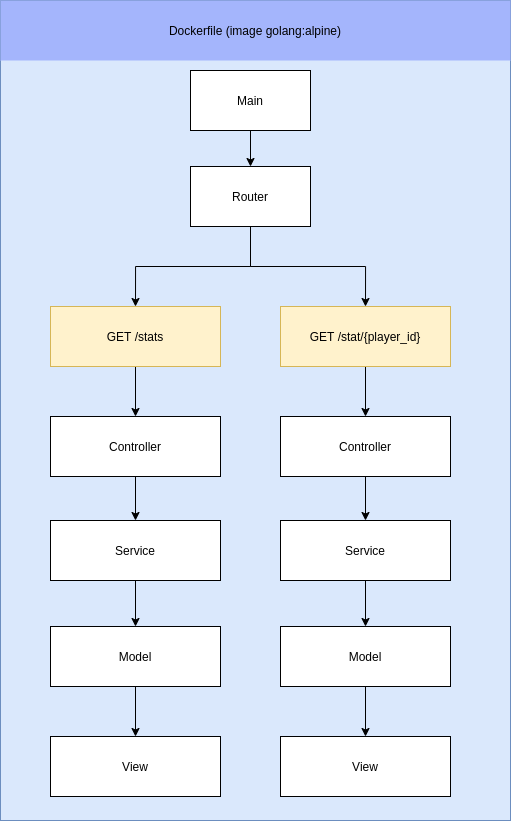
The draw.io diagram docs/code_archi.png in HETIC-MT-P2021/GO-STATS, before a commit. Source tidied: cells renumbered, new cells last; positions are measured from the earlier drawing's top-left corner, leaving out a move shared by most shapes. Its diagram source:
```xml
<mxGraphModel>
  <root>
    <mxCell id="0" />
    <mxCell id="1" parent="0" />
    <mxCell id="2" style="rounded=0;whiteSpace=wrap;html=1;fillColor=#dae8fc;strokeColor=#6c8ebf;" parent="1" vertex="1">
      <mxGeometry width="510" height="820" as="geometry" />
    </mxCell>
    <mxCell id="3" style="edgeStyle=orthogonalEdgeStyle;rounded=0;jettySize=auto;html=1;exitX=0.5;exitY=1;exitDx=0;exitDy=0;entryX=0.5;entryY=0;entryDx=0;entryDy=0;" parent="1" edge="1" source="4" target="9">
      <mxGeometry relative="1" as="geometry" />
    </mxCell>
    <mxCell id="4" value="Controller" style="rounded=0;whiteSpace=wrap;html=1;" parent="1" vertex="1">
      <mxGeometry x="50" y="416" width="170" height="60" as="geometry" />
    </mxCell>
    <mxCell id="5" style="edgeStyle=orthogonalEdgeStyle;rounded=0;jettySize=auto;html=1;exitX=0.5;exitY=1;exitDx=0;exitDy=0;entryX=0.5;entryY=0;entryDx=0;entryDy=0;" parent="1" edge="1" source="6" target="7">
      <mxGeometry relative="1" as="geometry" />
    </mxCell>
    <mxCell id="6" value="Model" style="rounded=0;whiteSpace=wrap;html=1;" parent="1" vertex="1">
      <mxGeometry x="50" y="626" width="170" height="60" as="geometry" />
    </mxCell>
    <mxCell id="7" value="View" style="rounded=0;whiteSpace=wrap;html=1;" parent="1" vertex="1">
      <mxGeometry x="50" y="736" width="170" height="60" as="geometry" />
    </mxCell>
    <mxCell id="8" style="edgeStyle=orthogonalEdgeStyle;rounded=0;jettySize=auto;html=1;exitX=0.5;exitY=1;exitDx=0;exitDy=0;entryX=0.5;entryY=0;entryDx=0;entryDy=0;" parent="1" edge="1" source="9" target="6">
      <mxGeometry relative="1" as="geometry" />
    </mxCell>
    <mxCell id="9" value="Service" style="rounded=0;whiteSpace=wrap;html=1;" parent="1" vertex="1">
      <mxGeometry x="50" y="520" width="170" height="60" as="geometry" />
    </mxCell>
    <mxCell id="10" style="edgeStyle=orthogonalEdgeStyle;rounded=0;jettySize=auto;html=1;exitX=0.5;exitY=1;exitDx=0;exitDy=0;entryX=0.5;entryY=0;entryDx=0;entryDy=0;" parent="1" edge="1" source="12" target="16">
      <mxGeometry relative="1" as="geometry" />
    </mxCell>
    <mxCell id="11" style="edgeStyle=orthogonalEdgeStyle;rounded=0;jettySize=auto;html=1;exitX=0.5;exitY=1;exitDx=0;exitDy=0;entryX=0.5;entryY=0;entryDx=0;entryDy=0;" parent="1" edge="1" source="12" target="14">
      <mxGeometry relative="1" as="geometry" />
    </mxCell>
    <mxCell id="12" value="Router" style="rounded=0;whiteSpace=wrap;html=1;" parent="1" vertex="1">
      <mxGeometry x="190" y="166" width="120" height="60" as="geometry" />
    </mxCell>
    <mxCell id="13" style="edgeStyle=orthogonalEdgeStyle;rounded=0;jettySize=auto;html=1;exitX=0.5;exitY=1;exitDx=0;exitDy=0;entryX=0.5;entryY=0;entryDx=0;entryDy=0;" parent="1" edge="1" source="14" target="18">
      <mxGeometry relative="1" as="geometry" />
    </mxCell>
    <mxCell id="14" value="GET /stat/{player_id}" style="rounded=0;whiteSpace=wrap;html=1;fillColor=#fff2cc;strokeColor=#d6b656;" parent="1" vertex="1">
      <mxGeometry x="280" y="306" width="170" height="60" as="geometry" />
    </mxCell>
    <mxCell id="15" style="edgeStyle=orthogonalEdgeStyle;rounded=0;jettySize=auto;html=1;exitX=0.5;exitY=1;exitDx=0;exitDy=0;entryX=0.5;entryY=0;entryDx=0;entryDy=0;" parent="1" edge="1" source="16" target="4">
      <mxGeometry relative="1" as="geometry" />
    </mxCell>
    <mxCell id="16" value="GET /stats" style="rounded=0;whiteSpace=wrap;html=1;fillColor=#fff2cc;strokeColor=#d6b656;" parent="1" vertex="1">
      <mxGeometry x="50" y="306" width="170" height="60" as="geometry" />
    </mxCell>
    <mxCell id="17" style="edgeStyle=orthogonalEdgeStyle;rounded=0;jettySize=auto;html=1;exitX=0.5;exitY=1;exitDx=0;exitDy=0;entryX=0.5;entryY=0;entryDx=0;entryDy=0;" parent="1" edge="1" source="18" target="23">
      <mxGeometry relative="1" as="geometry" />
    </mxCell>
    <mxCell id="18" value="Controller" style="rounded=0;whiteSpace=wrap;html=1;" parent="1" vertex="1">
      <mxGeometry x="280" y="416" width="170" height="60" as="geometry" />
    </mxCell>
    <mxCell id="19" style="edgeStyle=orthogonalEdgeStyle;rounded=0;jettySize=auto;html=1;exitX=0.5;exitY=1;exitDx=0;exitDy=0;entryX=0.5;entryY=0;entryDx=0;entryDy=0;" parent="1" edge="1" source="20" target="21">
      <mxGeometry relative="1" as="geometry" />
    </mxCell>
    <mxCell id="20" value="Model" style="rounded=0;whiteSpace=wrap;html=1;" parent="1" vertex="1">
      <mxGeometry x="280" y="626" width="170" height="60" as="geometry" />
    </mxCell>
    <mxCell id="21" value="View" style="rounded=0;whiteSpace=wrap;html=1;" parent="1" vertex="1">
      <mxGeometry x="280" y="736" width="170" height="60" as="geometry" />
    </mxCell>
    <mxCell id="22" style="edgeStyle=orthogonalEdgeStyle;rounded=0;jettySize=auto;html=1;exitX=0.5;exitY=1;exitDx=0;exitDy=0;entryX=0.5;entryY=0;entryDx=0;entryDy=0;" parent="1" edge="1" source="23" target="20">
      <mxGeometry relative="1" as="geometry" />
    </mxCell>
    <mxCell id="23" value="Service" style="rounded=0;whiteSpace=wrap;html=1;" parent="1" vertex="1">
      <mxGeometry x="280" y="520" width="170" height="60" as="geometry" />
    </mxCell>
    <mxCell id="24" value="Dockerfile (image golang:alpine)" style="rounded=0;whiteSpace=wrap;html=1;strokeColor=none;fillColor=#A4B5FC;" parent="1" vertex="1">
      <mxGeometry width="510" height="60" as="geometry" />
    </mxCell>
    <mxCell id="25" style="edgeStyle=orthogonalEdgeStyle;rounded=0;jettySize=auto;html=1;exitX=0.5;exitY=1;exitDx=0;exitDy=0;entryX=0.5;entryY=0;entryDx=0;entryDy=0;" parent="1" edge="1" source="26" target="12">
      <mxGeometry relative="1" as="geometry" />
    </mxCell>
    <mxCell id="26" value="Main" style="rounded=0;whiteSpace=wrap;html=1;" parent="1" vertex="1">
      <mxGeometry x="190" y="70" width="120" height="60" as="geometry" />
    </mxCell>
  </root>
</mxGraphModel>
```
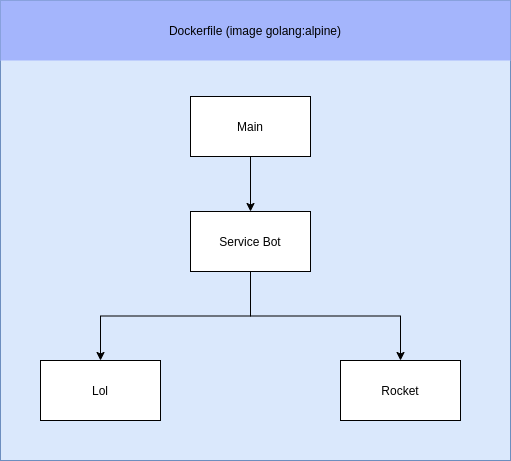
The same file after the commit.

Commit message:
fix: 403 error with connexion

Change to the diagram source:
```diff
@@ -3,79 +3,31 @@
     <mxCell id="0" />
     <mxCell id="1" parent="0" />
     <mxCell id="2" style="rounded=0;whiteSpace=wrap;html=1;fillColor=#dae8fc;strokeColor=#6c8ebf;" parent="1" vertex="1">
-      <mxGeometry width="510" height="820" as="geometry" />
+      <mxGeometry width="510" height="460" as="geometry" />
     </mxCell>
-    <mxCell id="3" style="edgeStyle=orthogonalEdgeStyle;rounded=0;jettySize=auto;html=1;exitX=0.5;exitY=1;exitDx=0;exitDy=0;entryX=0.5;entryY=0;entryDx=0;entryDy=0;" parent="1" edge="1" source="4" target="9">
-      <mxGeometry relative="1" as="geometry" />
-    </mxCell>
-    <mxCell id="4" value="Controller" style="rounded=0;whiteSpace=wrap;html=1;" parent="1" vertex="1">
-      <mxGeometry x="50" y="416" width="170" height="60" as="geometry" />
-    </mxCell>
-    <mxCell id="5" style="edgeStyle=orthogonalEdgeStyle;rounded=0;jettySize=auto;html=1;exitX=0.5;exitY=1;exitDx=0;exitDy=0;entryX=0.5;entryY=0;entryDx=0;entryDy=0;" parent="1" edge="1" source="6" target="7">
-      <mxGeometry relative="1" as="geometry" />
-    </mxCell>
-    <mxCell id="6" value="Model" style="rounded=0;whiteSpace=wrap;html=1;" parent="1" vertex="1">
-      <mxGeometry x="50" y="626" width="170" height="60" as="geometry" />
+    <mxCell id="6" value="Lol" style="rounded=0;whiteSpace=wrap;html=1;" parent="1" vertex="1">
+      <mxGeometry x="40" y="360" width="120" height="60" as="geometry" />
     </mxCell>
-    <mxCell id="7" value="View" style="rounded=0;whiteSpace=wrap;html=1;" parent="1" vertex="1">
-      <mxGeometry x="50" y="736" width="170" height="60" as="geometry" />
-    </mxCell>
     <mxCell id="8" style="edgeStyle=orthogonalEdgeStyle;rounded=0;jettySize=auto;html=1;exitX=0.5;exitY=1;exitDx=0;exitDy=0;entryX=0.5;entryY=0;entryDx=0;entryDy=0;" parent="1" edge="1" source="9" target="6">
       <mxGeometry relative="1" as="geometry" />
     </mxCell>
+    <mxCell id="27" style="edgeStyle=orthogonalEdgeStyle;rounded=0;jettySize=auto;html=1;exitX=0.5;exitY=1;exitDx=0;exitDy=0;entryX=0.5;entryY=0;entryDx=0;entryDy=0;" parent="1" edge="1" source="9" target="29">
+      <mxGeometry relative="1" as="geometry" />
+    </mxCell>
-    <mxCell id="9" value="Service" style="rounded=0;whiteSpace=wrap;html=1;" parent="1" vertex="1">
-      <mxGeometry x="50" y="520" width="170" height="60" as="geometry" />
+    <mxCell id="9" value="Service Bot" style="rounded=0;whiteSpace=wrap;html=1;" parent="1" vertex="1">
+      <mxGeometry x="190" y="211" width="120" height="60" as="geometry" />
     </mxCell>
-    <mxCell id="10" style="edgeStyle=orthogonalEdgeStyle;rounded=0;jettySize=auto;html=1;exitX=0.5;exitY=1;exitDx=0;exitDy=0;entryX=0.5;entryY=0;entryDx=0;entryDy=0;" parent="1" edge="1" source="12" target="16">
-      <mxGeometry relative="1" as="geometry" />
-    </mxCell>
-    <mxCell id="11" style="edgeStyle=orthogonalEdgeStyle;rounded=0;jettySize=auto;html=1;exitX=0.5;exitY=1;exitDx=0;exitDy=0;entryX=0.5;entryY=0;entryDx=0;entryDy=0;" parent="1" edge="1" source="12" target="14">
-      <mxGeometry relative="1" as="geometry" />
-    </mxCell>
-    <mxCell id="12" value="Router" style="rounded=0;whiteSpace=wrap;html=1;" parent="1" vertex="1">
-      <mxGeometry x="190" y="166" width="120" height="60" as="geometry" />
-    </mxCell>
-    <mxCell id="13" style="edgeStyle=orthogonalEdgeStyle;rounded=0;jettySize=auto;html=1;exitX=0.5;exitY=1;exitDx=0;exitDy=0;entryX=0.5;entryY=0;entryDx=0;entryDy=0;" parent="1" edge="1" source="14" target="18">
-      <mxGeometry relative="1" as="geometry" />
-    </mxCell>
-    <mxCell id="14" value="GET /stat/{player_id}" style="rounded=0;whiteSpace=wrap;html=1;fillColor=#fff2cc;strokeColor=#d6b656;" parent="1" vertex="1">
-      <mxGeometry x="280" y="306" width="170" height="60" as="geometry" />
-    </mxCell>
-    <mxCell id="15" style="edgeStyle=orthogonalEdgeStyle;rounded=0;jettySize=auto;html=1;exitX=0.5;exitY=1;exitDx=0;exitDy=0;entryX=0.5;entryY=0;entryDx=0;entryDy=0;" parent="1" edge="1" source="16" target="4">
-      <mxGeometry relative="1" as="geometry" />
-    </mxCell>
-    <mxCell id="16" value="GET /stats" style="rounded=0;whiteSpace=wrap;html=1;fillColor=#fff2cc;strokeColor=#d6b656;" parent="1" vertex="1">
-      <mxGeometry x="50" y="306" width="170" height="60" as="geometry" />
-    </mxCell>
-    <mxCell id="17" style="edgeStyle=orthogonalEdgeStyle;rounded=0;jettySize=auto;html=1;exitX=0.5;exitY=1;exitDx=0;exitDy=0;entryX=0.5;entryY=0;entryDx=0;entryDy=0;" parent="1" edge="1" source="18" target="23">
-      <mxGeometry relative="1" as="geometry" />
-    </mxCell>
-    <mxCell id="18" value="Controller" style="rounded=0;whiteSpace=wrap;html=1;" parent="1" vertex="1">
-      <mxGeometry x="280" y="416" width="170" height="60" as="geometry" />
-    </mxCell>
-    <mxCell id="19" style="edgeStyle=orthogonalEdgeStyle;rounded=0;jettySize=auto;html=1;exitX=0.5;exitY=1;exitDx=0;exitDy=0;entryX=0.5;entryY=0;entryDx=0;entryDy=0;" parent="1" edge="1" source="20" target="21">
-      <mxGeometry relative="1" as="geometry" />
-    </mxCell>
-    <mxCell id="20" value="Model" style="rounded=0;whiteSpace=wrap;html=1;" parent="1" vertex="1">
-      <mxGeometry x="280" y="626" width="170" height="60" as="geometry" />
-    </mxCell>
-    <mxCell id="21" value="View" style="rounded=0;whiteSpace=wrap;html=1;" parent="1" vertex="1">
-      <mxGeometry x="280" y="736" width="170" height="60" as="geometry" />
-    </mxCell>
-    <mxCell id="22" style="edgeStyle=orthogonalEdgeStyle;rounded=0;jettySize=auto;html=1;exitX=0.5;exitY=1;exitDx=0;exitDy=0;entryX=0.5;entryY=0;entryDx=0;entryDy=0;" parent="1" edge="1" source="23" target="20">
-      <mxGeometry relative="1" as="geometry" />
-    </mxCell>
-    <mxCell id="23" value="Service" style="rounded=0;whiteSpace=wrap;html=1;" parent="1" vertex="1">
-      <mxGeometry x="280" y="520" width="170" height="60" as="geometry" />
-    </mxCell>
     <mxCell id="24" value="Dockerfile (image golang:alpine)" style="rounded=0;whiteSpace=wrap;html=1;strokeColor=none;fillColor=#A4B5FC;" parent="1" vertex="1">
       <mxGeometry width="510" height="60" as="geometry" />
     </mxCell>
-    <mxCell id="25" style="edgeStyle=orthogonalEdgeStyle;rounded=0;jettySize=auto;html=1;exitX=0.5;exitY=1;exitDx=0;exitDy=0;entryX=0.5;entryY=0;entryDx=0;entryDy=0;" parent="1" edge="1" source="26" target="12">
-      <mxGeometry relative="1" as="geometry" />
-    </mxCell>
+    <mxCell id="28" style="edgeStyle=orthogonalEdgeStyle;rounded=0;jettySize=auto;html=1;exitX=0.5;exitY=1;exitDx=0;exitDy=0;entryX=0.5;entryY=0;entryDx=0;entryDy=0;" parent="1" edge="1" source="26" target="9">
+      <mxGeometry relative="1" as="geometry" />
+    </mxCell>
     <mxCell id="26" value="Main" style="rounded=0;whiteSpace=wrap;html=1;" parent="1" vertex="1">
-      <mxGeometry x="190" y="70" width="120" height="60" as="geometry" />
+      <mxGeometry x="190" y="96" width="120" height="60" as="geometry" />
     </mxCell>
+    <mxCell id="29" value="Rocket" style="rounded=0;whiteSpace=wrap;html=1;" parent="1" vertex="1">
+      <mxGeometry x="340" y="360" width="120" height="60" as="geometry" />
+    </mxCell>
   </root>
 </mxGraphModel>
```
